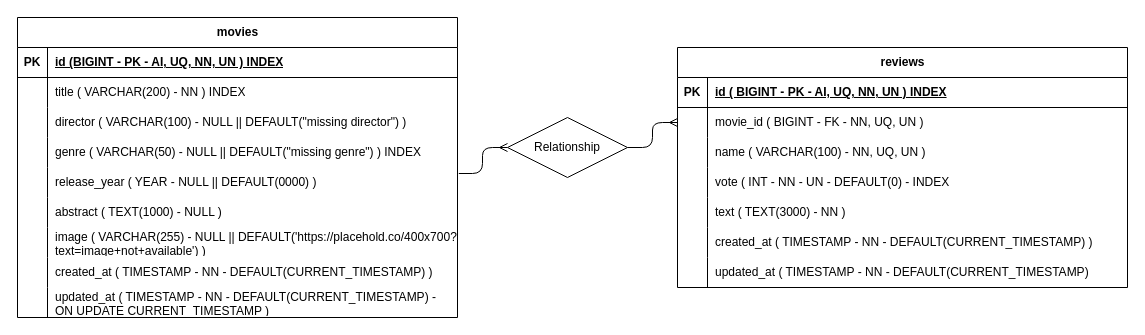
The draw.io diagram schema.drawio in francesca-golzio/webapp-express, before the edit. Source tidied: cells renumbered, new cells numbered last; positions are measured from the earlier drawing's top-left corner, leaving out a move shared by most shapes. Both pictures are drawn from the tidied source at 100%, with x=0, y=0 at pixel (17, 17).
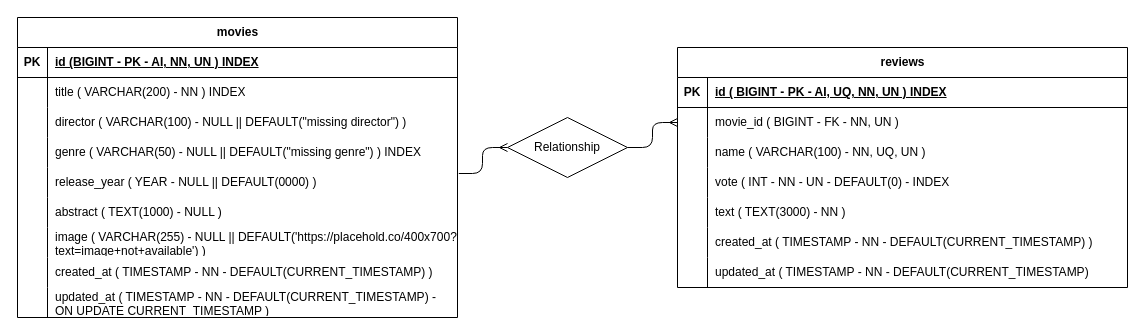
Above is the later version.

The change refers to these unchanged cells:
```xml
<mxCell id="3" style="shape=tableRow;horizontal=0;startSize=0;swimlaneHead=0;swimlaneBody=0;fillColor=none;top=0;left=0;right=0;bottom=1;" parent="2" vertex="1">
  <mxGeometry y="30" width="440" height="30" as="geometry" />
</mxCell>
<mxCell id="34" style="shape=tableRow;horizontal=0;startSize=0;swimlaneHead=0;swimlaneBody=0;fillColor=none;points=[[0,0.5],[1,0.5]];portConstraint=eastwest;top=0;left=0;right=0;bottom=0;" parent="30" vertex="1">
  <mxGeometry y="60" width="450" height="30" as="geometry" />
</mxCell>
```

Change to the diagram source:
```diff
@@
-    <mxCell id="5" value="id&amp;nbsp;(BIGINT - PK - AI, UQ, NN, UN ) INDEX" style="shape=partialRectangle;fillColor=none;top=0;left=0;bottom=0;right=0;align=left;spacingLeft=6;fontStyle=5;overflow=hidden;whiteSpace=wrap;html=1;" parent="3" vertex="1">
+    <mxCell id="5" value="id&amp;nbsp;(BIGINT - PK - AI, NN, UN ) INDEX" style="shape=partialRectangle;fillColor=none;top=0;left=0;bottom=0;right=0;align=left;spacingLeft=6;fontStyle=5;overflow=hidden;whiteSpace=wrap;html=1;" parent="3" vertex="1">
       <mxGeometry x="30" width="410" height="30" as="geometry" />
     </mxCell>
@@
-    <mxCell id="36" value="movie_id ( BIGINT - FK - NN, UQ, UN )" style="shape=partialRectangle;fillColor=none;top=0;left=0;bottom=0;right=0;align=left;spacingLeft=6;overflow=hidden;whiteSpace=wrap;html=1;" parent="34" vertex="1">
+    <mxCell id="36" value="movie_id ( BIGINT - FK - NN, UN )" style="shape=partialRectangle;fillColor=none;top=0;left=0;bottom=0;right=0;align=left;spacingLeft=6;overflow=hidden;whiteSpace=wrap;html=1;" parent="34" vertex="1">
       <mxGeometry x="30" width="420" height="30" as="geometry" />
     </mxCell>
```
